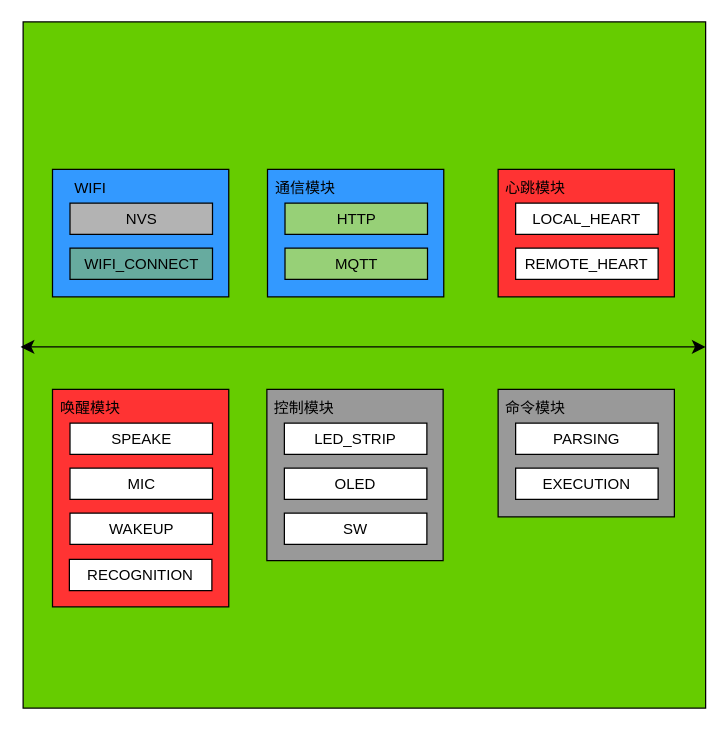
Above: Project ESP32S3 Modules.drawio in Gonod20s/Voice-Controlled-Robot (draw.io), before the change. Source tidied: cells renumbered, new cells numbered last; positions are measured from the earlier drawing's top-left corner, leaving out a move shared by most shapes. Both pictures are drawn from the tidied source at 125%, with x=0, y=0 at pixel (20, 21).
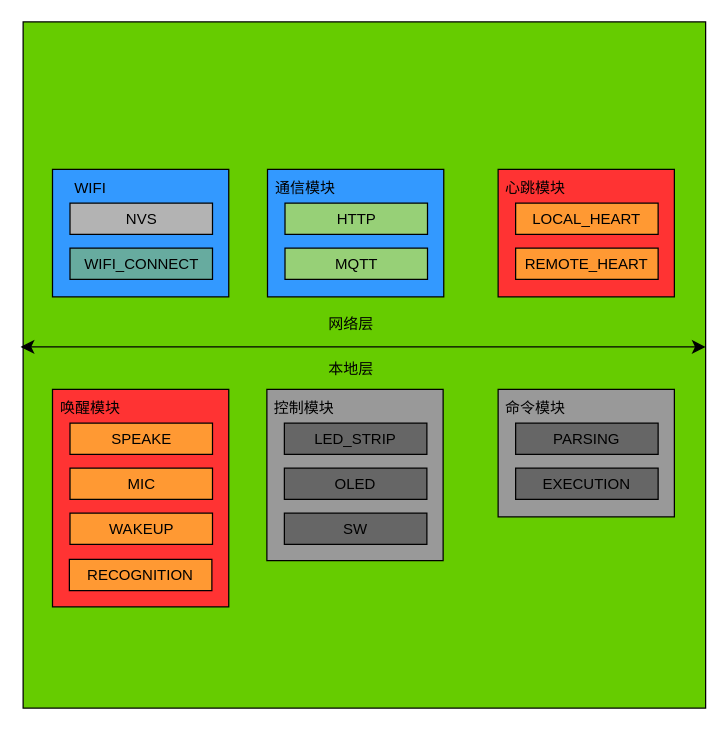
The same diagram, later.

Change to the diagram source:
```diff
@@
-    <mxCell id="12" value="LOCAL_HEART" style="rounded=0;whiteSpace=wrap;html=1;" parent="1" vertex="1">
+    <mxCell id="12" value="LOCAL_HEART" style="rounded=0;whiteSpace=wrap;html=1;fillColor=#FF9933;" parent="1" vertex="1">
       <mxGeometry x="396" y="145" width="114" height="25" as="geometry" />
     </mxCell>
-    <mxCell id="13" value="REMOTE_HEART" style="rounded=0;whiteSpace=wrap;html=1;" parent="1" vertex="1">
+    <mxCell id="13" value="REMOTE_HEART" style="rounded=0;whiteSpace=wrap;html=1;fillColor=#FF9933;" parent="1" vertex="1">
       <mxGeometry x="396" y="181" width="114" height="25" as="geometry" />
     </mxCell>
@@
-    <mxCell id="16" value="LED_STRIP" style="rounded=0;whiteSpace=wrap;html=1;" parent="1" vertex="1">
+    <mxCell id="16" value="LED_STRIP" style="rounded=0;whiteSpace=wrap;html=1;fillColor=#666666;" parent="1" vertex="1">
       <mxGeometry x="211" y="321" width="114" height="25" as="geometry" />
     </mxCell>
-    <mxCell id="17" value="OLED " style="rounded=0;whiteSpace=wrap;html=1;" parent="1" vertex="1">
+    <mxCell id="17" value="OLED " style="rounded=0;whiteSpace=wrap;html=1;fillColor=#666666;" parent="1" vertex="1">
       <mxGeometry x="211" y="357" width="114" height="25" as="geometry" />
     </mxCell>
@@
-    <mxCell id="19" value="SW" style="rounded=0;whiteSpace=wrap;html=1;" parent="1" vertex="1">
+    <mxCell id="19" value="SW" style="rounded=0;whiteSpace=wrap;html=1;fillColor=#666666;" parent="1" vertex="1">
       <mxGeometry x="211" y="393" width="114" height="25" as="geometry" />
     </mxCell>
@@
-    <mxCell id="21" value="PARSING" style="rounded=0;whiteSpace=wrap;html=1;" parent="1" vertex="1">
+    <mxCell id="21" value="PARSING" style="rounded=0;whiteSpace=wrap;html=1;fillColor=#666666;" parent="1" vertex="1">
       <mxGeometry x="396" y="321" width="114" height="25" as="geometry" />
     </mxCell>
-    <mxCell id="22" value="EXECUTION" style="rounded=0;whiteSpace=wrap;html=1;" parent="1" vertex="1">
+    <mxCell id="22" value="EXECUTION" style="rounded=0;whiteSpace=wrap;html=1;fillColor=#666666;" parent="1" vertex="1">
       <mxGeometry x="396" y="357" width="114" height="25" as="geometry" />
     </mxCell>
@@
-    <mxCell id="25" value="SPEAKE" style="rounded=0;whiteSpace=wrap;html=1;" parent="1" vertex="1">
+    <mxCell id="25" value="SPEAKE" style="rounded=0;whiteSpace=wrap;html=1;fillColor=#FF9933;" parent="1" vertex="1">
       <mxGeometry x="39.5" y="321" width="114" height="25" as="geometry" />
     </mxCell>
-    <mxCell id="26" value="MIC" style="rounded=0;whiteSpace=wrap;html=1;" parent="1" vertex="1">
+    <mxCell id="26" value="MIC" style="rounded=0;whiteSpace=wrap;html=1;fillColor=#FF9933;" parent="1" vertex="1">
       <mxGeometry x="39.5" y="357" width="114" height="25" as="geometry" />
     </mxCell>
@@
-    <mxCell id="28" value="WAKEUP" style="rounded=0;whiteSpace=wrap;html=1;" parent="1" vertex="1">
+    <mxCell id="28" value="WAKEUP" style="rounded=0;whiteSpace=wrap;html=1;fillColor=#FF9933;" parent="1" vertex="1">
       <mxGeometry x="39.5" y="393" width="114" height="25" as="geometry" />
     </mxCell>
-    <mxCell id="29" value="RECOGNITION" style="rounded=0;whiteSpace=wrap;html=1;" parent="1" vertex="1">
+    <mxCell id="29" value="RECOGNITION" style="rounded=0;whiteSpace=wrap;html=1;fillColor=#FF9933;" parent="1" vertex="1">
       <mxGeometry x="39" y="430" width="114" height="25" as="geometry" />
     </mxCell>
@@
+    <mxCell id="31" value="网络层" style="text;html=1;align=center;verticalAlign=middle;strokeColor=none;fillColor=none;" parent="1" vertex="1">
+      <mxGeometry x="237" y="229" width="54" height="26" as="geometry" />
+    </mxCell>
+    <mxCell id="32" value="本地层" style="text;html=1;align=center;verticalAlign=middle;strokeColor=none;fillColor=none;" parent="1" vertex="1">
+      <mxGeometry x="237" y="265" width="54" height="26" as="geometry" />
+    </mxCell>
```
